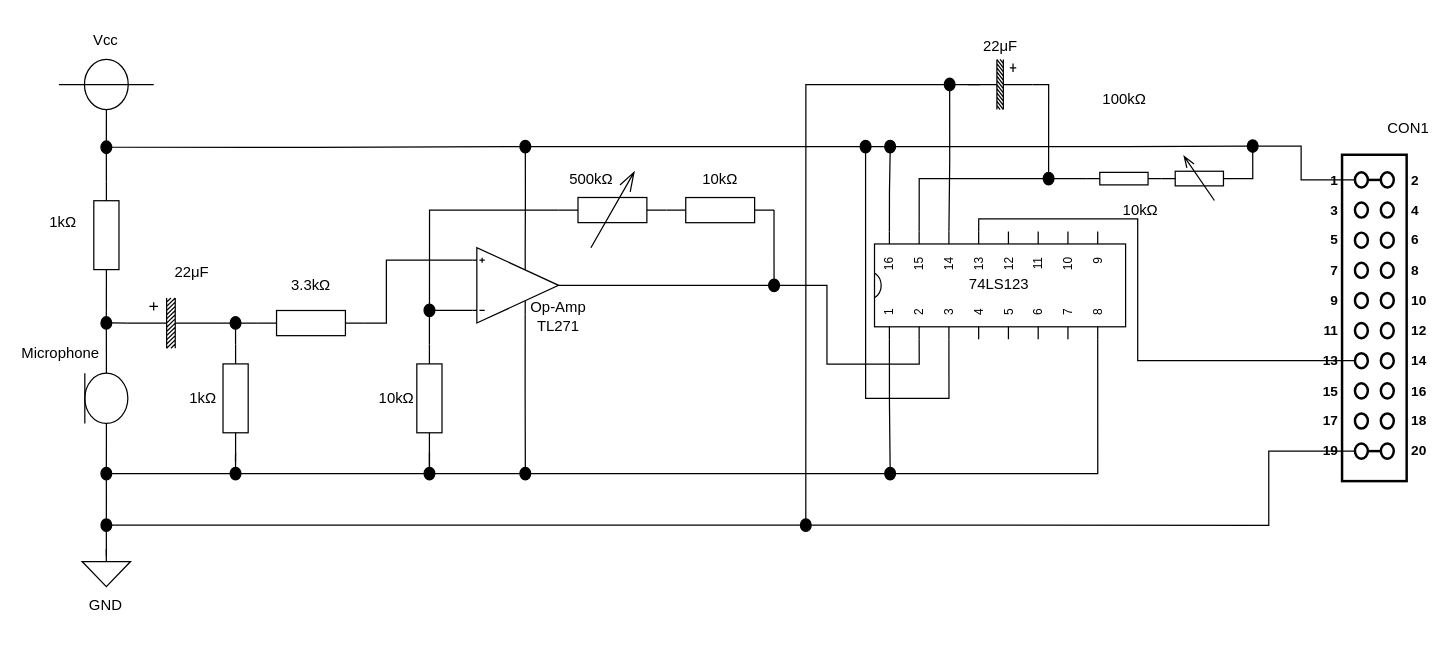
daichan8pc/s2-mecha1-team7 keeps this draw.io diagram as w5/w5_kadai1.drawio. Above is the earlier version. Source tidied: cells renumbered, new cells numbered last; positions are measured from the earlier drawing's top-left corner, leaving out a move shared by most shapes. Both pictures are drawn from the tidied source at 124%, with x=0, y=0 at pixel (38, 21).
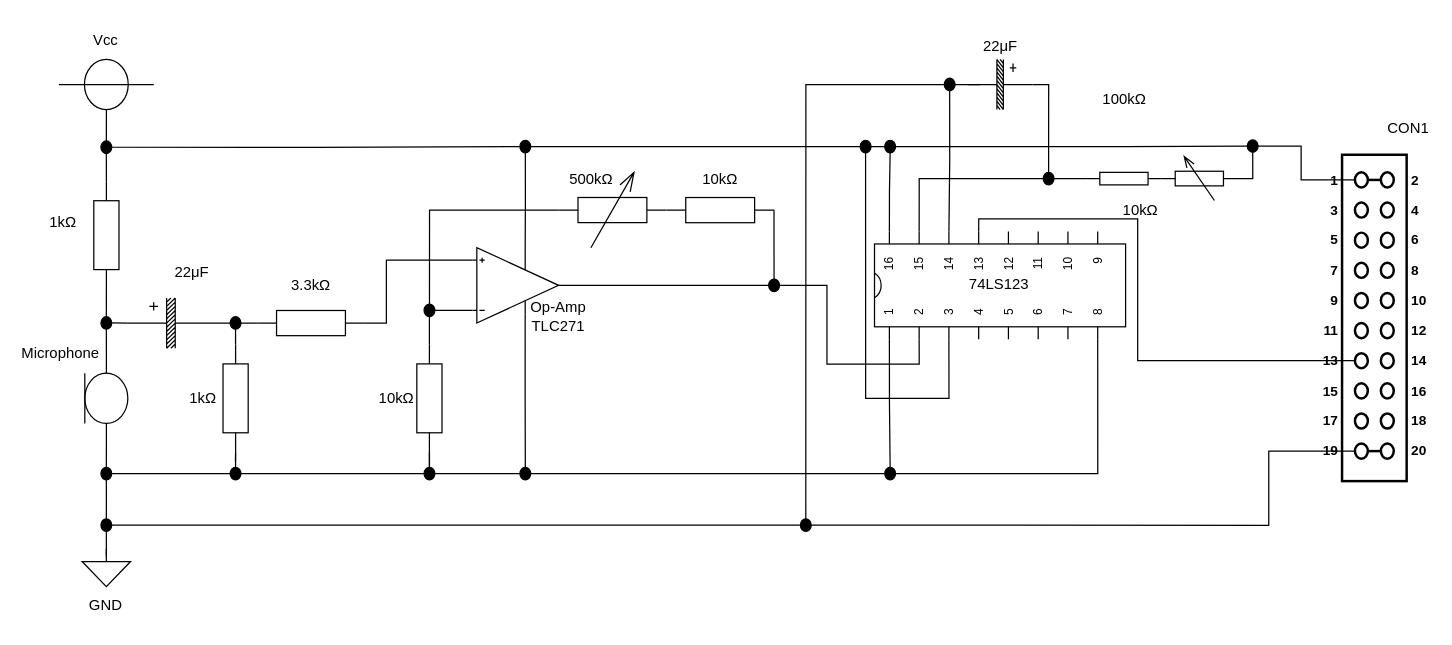
After the change.

Commit message (it also covers changes not shown here):
fix: OP-AMPの記載を訂正

The edit, as a diff of the source:
```diff
@@
-    <mxCell id="141" value="Op-Amp&lt;br&gt;TL271" style="text;html=1;whiteSpace=wrap;strokeColor=none;fillColor=none;align=center;verticalAlign=middle;rounded=0;" parent="1" vertex="1">
+    <mxCell id="141" value="Op-Amp&lt;br&gt;TLC271" style="text;html=1;whiteSpace=wrap;strokeColor=none;fillColor=none;align=center;verticalAlign=middle;rounded=0;" parent="1" vertex="1">
       <mxGeometry x="393" y="217.7" width="52.1" height="40.5" as="geometry" />
     </mxCell>
```
